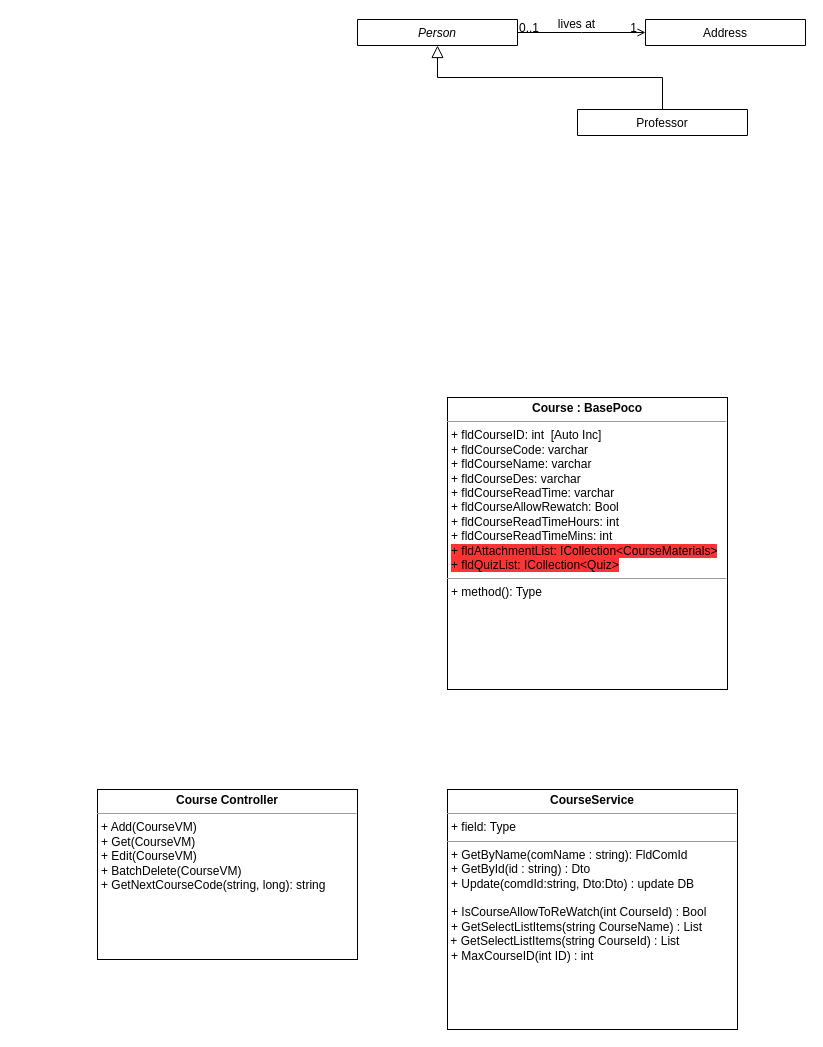
Earlier version of the draw.io diagram Untitled Diagram.drawio (TechCatJim/TechCatJim). Source tidied: cells renumbered, new cells numbered last; positions are measured from the earlier drawing's top-left corner, leaving out a move shared by most shapes. Both pictures are drawn from the tidied source at 100%, with x=0, y=0 at pixel (97, 19).
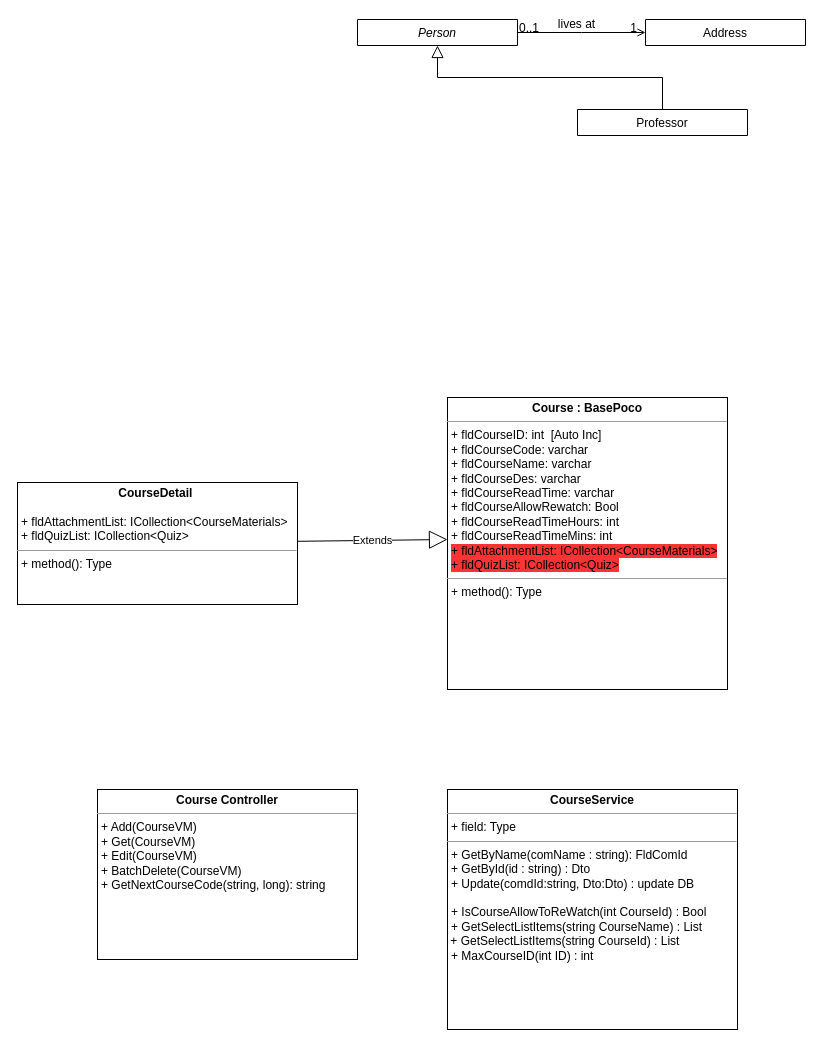
After the change.

Change to the diagram source:
```diff
@@
 <mxGraphModel>
   <root>
     <mxCell id="0" />
     <mxCell id="1" parent="0" />
     <mxCell id="2" value="Person" style="swimlane;fontStyle=2;align=center;verticalAlign=top;horizontal=1;startSize=26;rounded=0;shadow=0;strokeWidth=1;" parent="1" vertex="1" collapsed="1">
       <mxGeometry x="260" width="160" height="26" as="geometry" />
     </mxCell>
     <mxCell id="3" value="Professor" style="swimlane;fontStyle=0;align=center;verticalAlign=top;horizontal=1;startSize=26;rounded=0;shadow=0;strokeWidth=1;" parent="1" vertex="1" collapsed="1">
       <mxGeometry x="480" y="90" width="170" height="26" as="geometry" />
     </mxCell>
     <mxCell id="4" style="endArrow=block;endSize=10;endFill=0;shadow=0;strokeWidth=1;rounded=0;edgeStyle=elbowEdgeStyle;elbow=vertical;" parent="1" edge="1" source="3" target="2">
       <mxGeometry relative="1" as="geometry" />
     </mxCell>
     <mxCell id="5" value="Address" style="swimlane;fontStyle=0;align=center;verticalAlign=top;horizontal=1;startSize=26;rounded=0;shadow=0;strokeWidth=1;" parent="1" vertex="1" collapsed="1">
       <mxGeometry x="548" width="160" height="26" as="geometry" />
     </mxCell>
     <mxCell id="6" style="endArrow=open;shadow=0;strokeWidth=1;rounded=0;endFill=1;edgeStyle=elbowEdgeStyle;elbow=vertical;" parent="1" edge="1" source="2" target="5">
       <mxGeometry x="0.5" y="41" relative="1" as="geometry">
         <mxPoint x="-40" y="32" as="offset" />
       </mxGeometry>
     </mxCell>
     <mxCell id="7" value="0..1" style="align=left;verticalAlign=bottom;labelBackgroundColor=none;fontSize=12;" parent="6" vertex="1">
       <mxGeometry x="-1" relative="1" as="geometry">
         <mxPoint y="4" as="offset" />
       </mxGeometry>
     </mxCell>
     <mxCell id="8" value="1" style="align=right;verticalAlign=bottom;labelBackgroundColor=none;fontSize=12;" parent="6" vertex="1">
       <mxGeometry x="1" relative="1" as="geometry">
         <mxPoint x="-7" y="4" as="offset" />
       </mxGeometry>
     </mxCell>
     <mxCell id="9" value="lives at" style="text;html=1;align=center;verticalAlign=middle;labelBackgroundColor=none;rounded=0;shadow=0;strokeWidth=1;fontSize=12;" parent="6" vertex="1">
       <mxGeometry x="0.5" y="49" relative="1" as="geometry">
         <mxPoint x="-38" y="40" as="offset" />
       </mxGeometry>
     </mxCell>
     <mxCell id="10" value="&lt;p style=&quot;margin:0px;margin-top:4px;text-align:center;&quot;&gt;&lt;b&gt;Course : BasePoco&lt;/b&gt;&lt;/p&gt;&lt;hr size=&quot;1&quot;&gt;&lt;p style=&quot;margin:0px;margin-left:4px;&quot;&gt;+&lt;span style=&quot;background-color: rgb(255, 255, 255);&quot;&gt;&amp;nbsp;&lt;/span&gt;fldCourseID: int&amp;nbsp; [Auto Inc]&lt;/p&gt;&lt;p style=&quot;margin:0px;margin-left:4px;&quot;&gt;+ fldCourseCode: varchar&amp;nbsp; &amp;nbsp;&lt;/p&gt;&lt;p style=&quot;margin:0px;margin-left:4px;&quot;&gt;+ fldCourseName: varchar&lt;/p&gt;&lt;p style=&quot;margin:0px;margin-left:4px;&quot;&gt;+ fldCourseDes: varchar&lt;/p&gt;&lt;p style=&quot;margin:0px;margin-left:4px;&quot;&gt;+ fldCourseReadTime: varchar&lt;/p&gt;&lt;p style=&quot;margin:0px;margin-left:4px;&quot;&gt;+ fldCourseAllowRewatch: Bool&lt;/p&gt;&lt;p style=&quot;margin:0px;margin-left:4px;&quot;&gt;+ fldCourseReadTimeHours: int&lt;/p&gt;&lt;p style=&quot;margin:0px;margin-left:4px;&quot;&gt;+ fldCourseReadTimeMins: int&lt;br&gt;&lt;/p&gt;&lt;p style=&quot;margin:0px;margin-left:4px;&quot;&gt;&lt;span style=&quot;background-color: rgb(255, 51, 51);&quot;&gt;+ fldAttachmentList: ICollection&amp;lt;CourseMaterials&amp;gt;&lt;/span&gt;&lt;/p&gt;&lt;p style=&quot;margin:0px;margin-left:4px;&quot;&gt;&lt;span style=&quot;background-color: rgb(255, 51, 51);&quot;&gt;+ fldQuizList: ICollection&amp;lt;Quiz&amp;gt;&lt;/span&gt;&lt;/p&gt;&lt;hr size=&quot;1&quot;&gt;&lt;p style=&quot;margin:0px;margin-left:4px;&quot;&gt;+ method(): Type&lt;/p&gt;" style="verticalAlign=top;align=left;overflow=fill;fontSize=12;fontFamily=Helvetica;html=1;whiteSpace=wrap;" parent="1" vertex="1">
       <mxGeometry x="350" y="378" width="280" height="292" as="geometry" />
     </mxCell>
     <mxCell id="11" style="edgeStyle=orthogonalEdgeStyle;rounded=0;orthogonalLoop=1;jettySize=auto;html=1;exitX=0.5;exitY=1;exitDx=0;exitDy=0;" parent="1" edge="1" source="10" target="10">
       <mxGeometry relative="1" as="geometry" />
     </mxCell>
     <mxCell id="12" value="&lt;p style=&quot;margin:0px;margin-top:4px;text-align:center;&quot;&gt;&lt;b&gt;CourseService&lt;/b&gt;&lt;/p&gt;&lt;hr size=&quot;1&quot;&gt;&lt;p style=&quot;margin:0px;margin-left:4px;&quot;&gt;+ field: Type&lt;/p&gt;&lt;hr size=&quot;1&quot;&gt;&lt;p style=&quot;margin:0px;margin-left:4px;&quot;&gt;+ GetByName(comName : string): FldComId&lt;/p&gt;&lt;p style=&quot;margin:0px;margin-left:4px;&quot;&gt;+ GetById(id : string) : Dto&lt;/p&gt;&lt;p style=&quot;margin:0px;margin-left:4px;&quot;&gt;+ Update(comdId:string, Dto:Dto) : update DB&lt;/p&gt;&lt;p style=&quot;margin:0px;margin-left:4px;&quot;&gt;&lt;br&gt;&lt;/p&gt;&lt;p style=&quot;margin:0px;margin-left:4px;&quot;&gt;+ IsCourseAllowToReWatch(int CourseId) : Bool&lt;/p&gt;&lt;p style=&quot;margin:0px;margin-left:4px;&quot;&gt;+ GetSelectListItems(string CourseName) : List&lt;/p&gt;&amp;nbsp;+ GetSelectListItems(string CourseId) : List&lt;p style=&quot;margin:0px;margin-left:4px;&quot;&gt;+ MaxCourseID(int ID) : int&lt;/p&gt;&lt;p style=&quot;margin:0px;margin-left:4px;&quot;&gt;&lt;br&gt;&lt;/p&gt;&lt;p style=&quot;margin:0px;margin-left:4px;&quot;&gt;&lt;br&gt;&lt;/p&gt;" style="verticalAlign=top;align=left;overflow=fill;fontSize=12;fontFamily=Helvetica;html=1;whiteSpace=wrap;" parent="1" vertex="1">
       <mxGeometry x="350" y="770" width="290" height="240" as="geometry" />
     </mxCell>
     <mxCell id="13" value="&lt;p style=&quot;margin:0px;margin-top:4px;text-align:center;&quot;&gt;&lt;b&gt;Course Controller&lt;/b&gt;&lt;/p&gt;&lt;hr size=&quot;1&quot;&gt;&lt;p style=&quot;margin:0px;margin-left:4px;&quot;&gt;+ Add(CourseVM)&lt;/p&gt;&lt;p style=&quot;margin:0px;margin-left:4px;&quot;&gt;+ Get(CourseVM)&lt;/p&gt;&lt;p style=&quot;margin:0px;margin-left:4px;&quot;&gt;+ Edit(CourseVM)&lt;/p&gt;&lt;p style=&quot;margin:0px;margin-left:4px;&quot;&gt;+ BatchDelete(CourseVM)&lt;/p&gt;&lt;p style=&quot;margin:0px;margin-left:4px;&quot;&gt;+ GetNextCourseCode(string, long): string&lt;/p&gt;" style="verticalAlign=top;align=left;overflow=fill;fontSize=12;fontFamily=Helvetica;html=1;whiteSpace=wrap;" parent="1" vertex="1">
       <mxGeometry y="770" width="260" height="170" as="geometry" />
     </mxCell>
+    <mxCell id="14" value="&lt;p style=&quot;margin:0px;margin-top:4px;text-align:center;&quot;&gt;&lt;b&gt;CourseDetail&amp;nbsp;&lt;/b&gt;&lt;/p&gt;&lt;p style=&quot;margin:0px;margin-left:4px;&quot;&gt;&lt;br&gt;&lt;/p&gt;&lt;p style=&quot;margin:0px;margin-left:4px;&quot;&gt;&lt;span style=&quot;background-color: rgb(255, 255, 255);&quot;&gt;+ fldAttachmentList: ICollection&amp;lt;CourseMaterials&amp;gt;&lt;/span&gt;&lt;/p&gt;&lt;p style=&quot;margin:0px;margin-left:4px;&quot;&gt;&lt;span style=&quot;background-color: rgb(255, 255, 255);&quot;&gt;+ fldQuizList: ICollection&amp;lt;Quiz&amp;gt;&lt;/span&gt;&lt;/p&gt;&lt;hr size=&quot;1&quot;&gt;&lt;p style=&quot;margin:0px;margin-left:4px;&quot;&gt;+ method(): Type&lt;/p&gt;" style="verticalAlign=top;align=left;overflow=fill;fontSize=12;fontFamily=Helvetica;html=1;whiteSpace=wrap;" parent="1" vertex="1">
+      <mxGeometry x="-80" y="463" width="280" height="122" as="geometry" />
+    </mxCell>
+    <mxCell id="15" value="Extends" style="endArrow=block;endSize=16;endFill=0;html=1;rounded=0;exitX=1.001;exitY=0.482;exitDx=0;exitDy=0;exitPerimeter=0;" parent="1" edge="1" source="14">
+      <mxGeometry relative="1" as="geometry">
+        <mxPoint x="350" y="520" as="targetPoint" />
+      </mxGeometry>
+    </mxCell>
   </root>
 </mxGraphModel>
```
